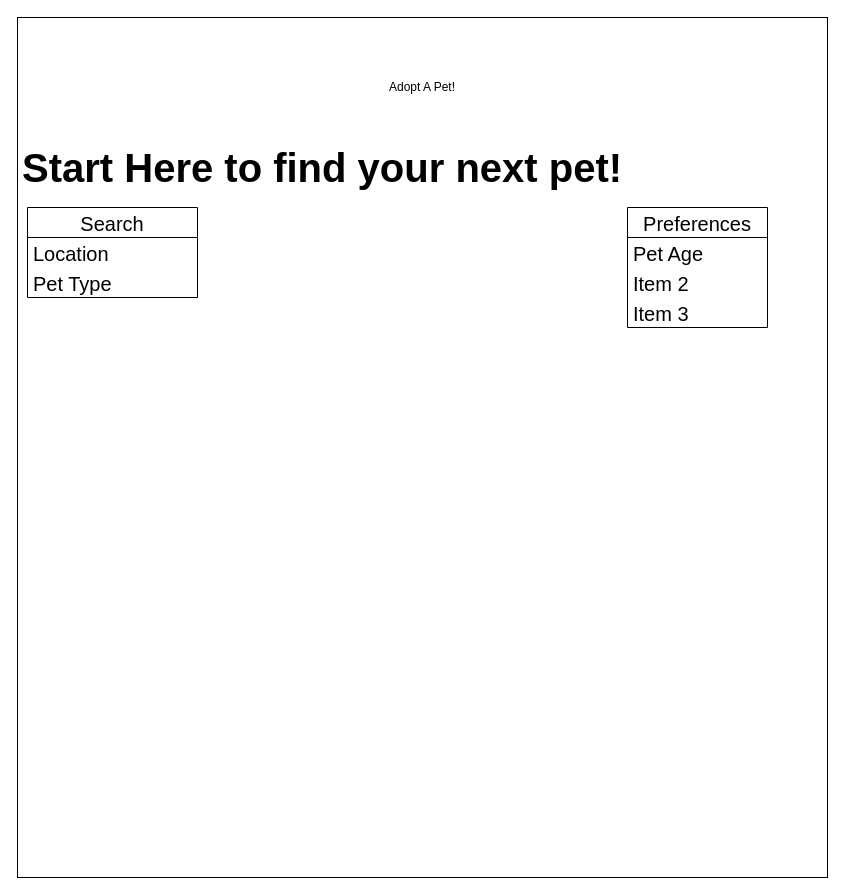
Before: wireframe.drawio in cmullan602/adopt-a-pet, a draw.io diagram. Source tidied: cells renumbered, new cells numbered last; positions are measured from the earlier drawing's top-left corner, leaving out a move shared by most shapes. Both pictures are drawn from the tidied source at 100%, with x=0, y=0 at pixel (17, 17).
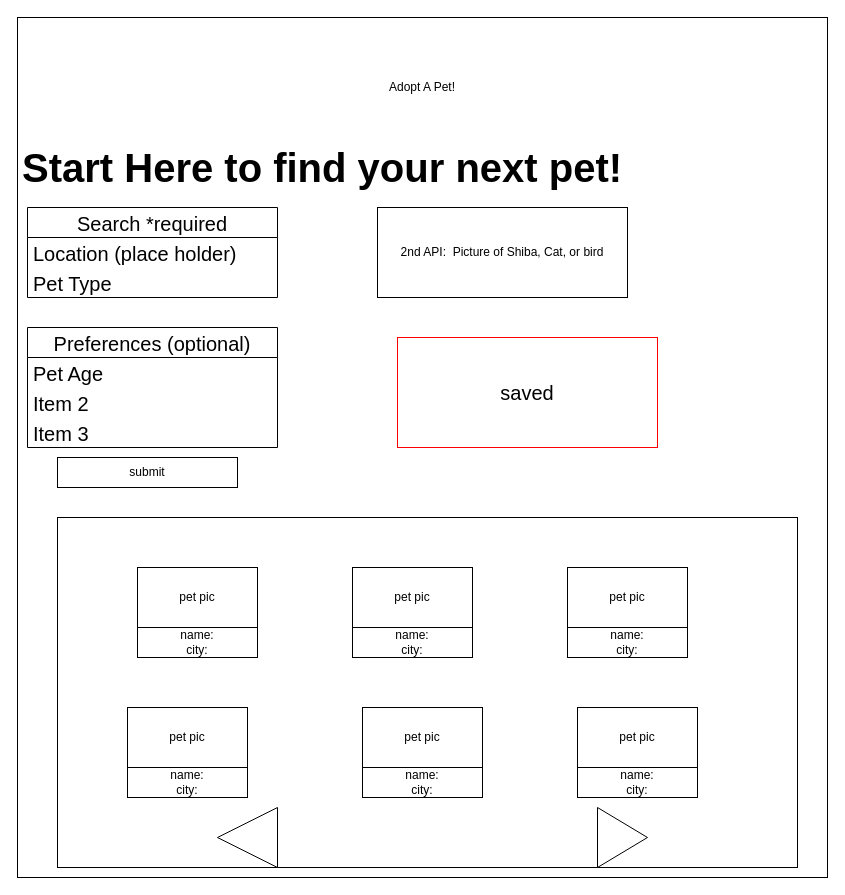
The same page after the edit.

Commit message:
worked on wireframe.

The edit, as a diff of the source:
```diff
@@
     <mxCell id="4" value="&lt;h1&gt;Start Here to find your next pet!&lt;/h1&gt;" style="text;html=1;strokeColor=none;fillColor=none;spacing=5;spacingTop=-20;whiteSpace=wrap;overflow=hidden;rounded=0;fontSize=20;" parent="1" vertex="1">
-      <mxGeometry y="110" width="790" height="280" as="geometry" />
+      <mxGeometry y="110" width="790" height="70" as="geometry" />
     </mxCell>
-    <mxCell id="5" value="Search" style="swimlane;fontStyle=0;horizontal=1;startSize=30;fontSize=20;" parent="1" vertex="1">
-      <mxGeometry x="10" y="190" width="170" height="90" as="geometry" />
+    <mxCell id="5" value="Search *required" style="swimlane;fontStyle=0;horizontal=1;startSize=30;fontSize=20;" parent="1" vertex="1">
+      <mxGeometry x="10" y="190" width="250" height="90" as="geometry" />
     </mxCell>
-    <mxCell id="6" value="Location" style="text;strokeColor=none;fillColor=none;align=left;verticalAlign=middle;spacingLeft=4;spacingRight=4;overflow=hidden;fontSize=20;" parent="5" vertex="1">
-      <mxGeometry y="30" width="170" height="30" as="geometry" />
+    <mxCell id="6" value="Location (place holder)" style="text;strokeColor=none;fillColor=none;align=left;verticalAlign=middle;spacingLeft=4;spacingRight=4;overflow=hidden;fontSize=20;" parent="5" vertex="1">
+      <mxGeometry y="30" width="250" height="30" as="geometry" />
     </mxCell>
     <mxCell id="7" value="Pet Type" style="text;strokeColor=none;fillColor=none;align=left;verticalAlign=middle;spacingLeft=4;spacingRight=4;overflow=hidden;fontSize=20;" parent="5" vertex="1">
-      <mxGeometry y="60" width="170" height="30" as="geometry" />
+      <mxGeometry y="60" width="250" height="30" as="geometry" />
     </mxCell>
-    <mxCell id="8" value="Preferences" style="swimlane;fontStyle=0;horizontal=1;startSize=30;fontSize=20;" parent="1" vertex="1">
-      <mxGeometry x="610" y="190" width="140" height="120" as="geometry" />
+    <mxCell id="8" value="Preferences (optional)" style="swimlane;fontStyle=0;horizontal=1;startSize=30;fontSize=20;" parent="1" vertex="1">
+      <mxGeometry x="10" y="310" width="250" height="120" as="geometry" />
     </mxCell>
     <mxCell id="9" value="Pet Age   " style="text;strokeColor=none;fillColor=none;align=left;verticalAlign=middle;spacingLeft=4;spacingRight=4;overflow=hidden;fontSize=20;" parent="8" vertex="1">
-      <mxGeometry y="30" width="140" height="30" as="geometry" />
+      <mxGeometry y="30" width="250" height="30" as="geometry" />
     </mxCell>
     <mxCell id="10" value="Item 2" style="text;strokeColor=none;fillColor=none;align=left;verticalAlign=middle;spacingLeft=4;spacingRight=4;overflow=hidden;fontSize=20;" parent="8" vertex="1">
-      <mxGeometry y="60" width="140" height="30" as="geometry" />
+      <mxGeometry y="60" width="250" height="30" as="geometry" />
     </mxCell>
     <mxCell id="11" value="Item 3" style="text;strokeColor=none;fillColor=none;align=left;verticalAlign=middle;spacingLeft=4;spacingRight=4;overflow=hidden;fontSize=20;" parent="8" vertex="1">
-      <mxGeometry y="90" width="140" height="30" as="geometry" />
+      <mxGeometry y="90" width="250" height="30" as="geometry" />
     </mxCell>
+    <mxCell id="12" value="submit" style="rounded=0;whiteSpace=wrap;html=1;" parent="1" vertex="1">
+      <mxGeometry x="40" y="440" width="180" height="30" as="geometry" />
+    </mxCell>
+    <mxCell id="13" style="rounded=0;whiteSpace=wrap;html=1;" parent="1" vertex="1">
+      <mxGeometry x="40" y="500" width="740" height="350" as="geometry" />
+    </mxCell>
+    <mxCell id="14" value="pet pic" style="rounded=0;whiteSpace=wrap;html=1;" parent="1" vertex="1">
+      <mxGeometry x="120" y="550" width="120" height="60" as="geometry" />
+    </mxCell>
+    <mxCell id="15" value="pet pic" style="rounded=0;whiteSpace=wrap;html=1;" parent="1" vertex="1">
+      <mxGeometry x="335" y="550" width="120" height="60" as="geometry" />
+    </mxCell>
+    <mxCell id="16" value="&lt;span&gt;pet pic&lt;/span&gt;" style="rounded=0;whiteSpace=wrap;html=1;" parent="1" vertex="1">
+      <mxGeometry x="560" y="690" width="120" height="60" as="geometry" />
+    </mxCell>
+    <mxCell id="17" value="&lt;span&gt;pet pic&lt;/span&gt;" style="rounded=0;whiteSpace=wrap;html=1;" parent="1" vertex="1">
+      <mxGeometry x="345" y="690" width="120" height="60" as="geometry" />
+    </mxCell>
+    <mxCell id="18" value="&lt;span&gt;pet pic&lt;/span&gt;" style="rounded=0;whiteSpace=wrap;html=1;" parent="1" vertex="1">
+      <mxGeometry x="110" y="690" width="120" height="60" as="geometry" />
+    </mxCell>
+    <mxCell id="19" value="&lt;span&gt;pet pic&lt;/span&gt;" style="rounded=0;whiteSpace=wrap;html=1;" parent="1" vertex="1">
+      <mxGeometry x="550" y="550" width="120" height="60" as="geometry" />
+    </mxCell>
+    <mxCell id="20" style="triangle;whiteSpace=wrap;html=1;" parent="1" vertex="1">
+      <mxGeometry x="580" y="790" width="50" height="60" as="geometry" />
+    </mxCell>
+    <mxCell id="21" style="triangle;whiteSpace=wrap;html=1;direction=west;" parent="1" vertex="1">
+      <mxGeometry x="200" y="790" width="60" height="60" as="geometry" />
+    </mxCell>
+    <mxCell id="22" value="name:&lt;br&gt;city:" style="rounded=0;whiteSpace=wrap;html=1;" parent="1" vertex="1">
+      <mxGeometry x="120" y="610" width="120" height="30" as="geometry" />
+    </mxCell>
+    <mxCell id="23" value="name:&lt;br&gt;city:" style="rounded=0;whiteSpace=wrap;html=1;" parent="1" vertex="1">
+      <mxGeometry x="560" y="750" width="120" height="30" as="geometry" />
+    </mxCell>
+    <mxCell id="24" value="name:&lt;br&gt;city:" style="rounded=0;whiteSpace=wrap;html=1;" parent="1" vertex="1">
+      <mxGeometry x="345" y="750" width="120" height="30" as="geometry" />
+    </mxCell>
+    <mxCell id="25" value="name:&lt;br&gt;city:" style="rounded=0;whiteSpace=wrap;html=1;" parent="1" vertex="1">
+      <mxGeometry x="110" y="750" width="120" height="30" as="geometry" />
+    </mxCell>
+    <mxCell id="26" value="name:&lt;br&gt;city:" style="rounded=0;whiteSpace=wrap;html=1;" parent="1" vertex="1">
+      <mxGeometry x="550" y="610" width="120" height="30" as="geometry" />
+    </mxCell>
+    <mxCell id="27" value="name:&lt;br&gt;city:" style="rounded=0;whiteSpace=wrap;html=1;" parent="1" vertex="1">
+      <mxGeometry x="335" y="610" width="120" height="30" as="geometry" />
+    </mxCell>
+    <mxCell id="28" value="2nd API:&amp;nbsp; Picture of Shiba, Cat, or bird" style="rounded=0;whiteSpace=wrap;html=1;" parent="1" vertex="1">
+      <mxGeometry x="360" y="190" width="250" height="90" as="geometry" />
+    </mxCell>
+    <mxCell id="29" value="&lt;font style=&quot;font-size: 20px&quot;&gt;saved&lt;br&gt;&lt;/font&gt;" style="rounded=0;whiteSpace=wrap;html=1;fontSize=5;strokeColor=#FF0000;" parent="1" vertex="1">
+      <mxGeometry x="380" y="320" width="260" height="110" as="geometry" />
+    </mxCell>
```
